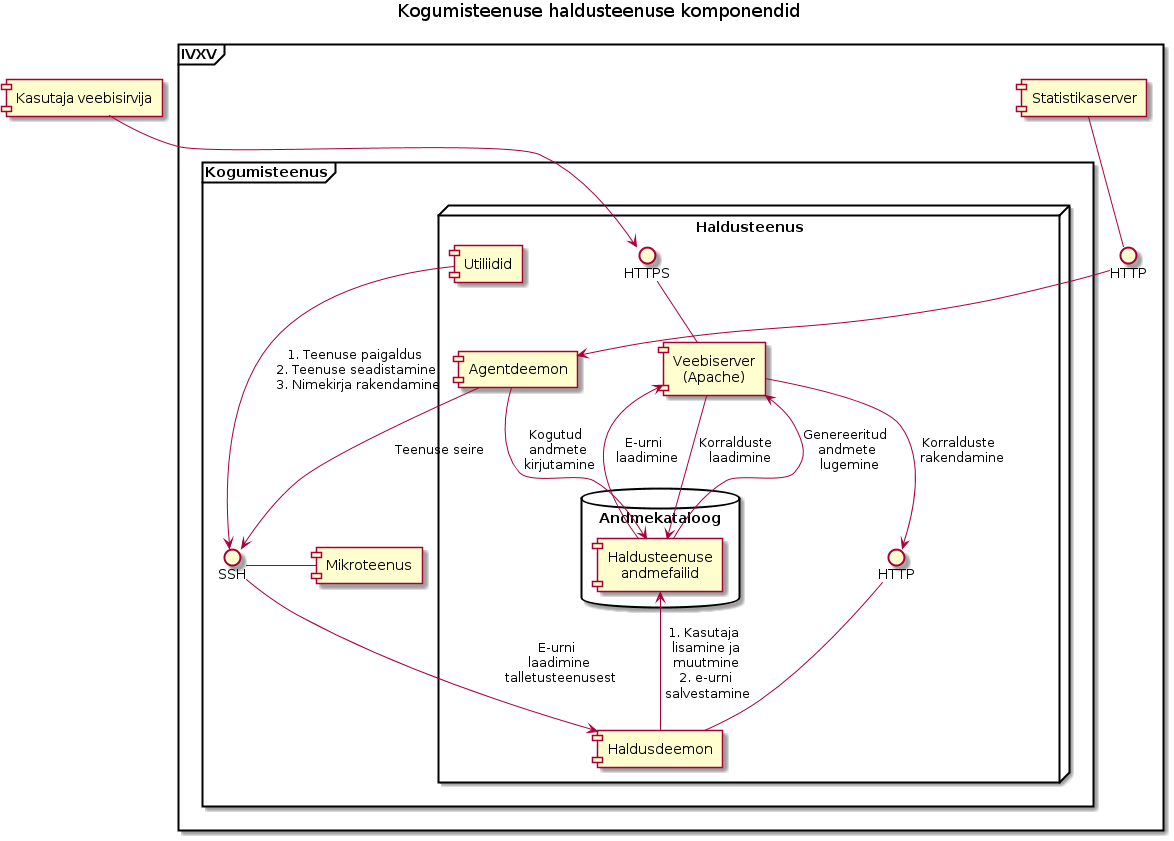
This is Documentation/et/arhitektuur/model/management-service/management-service-components.png from valimised/ivxv, a PlantUML export, as it was before one commit.
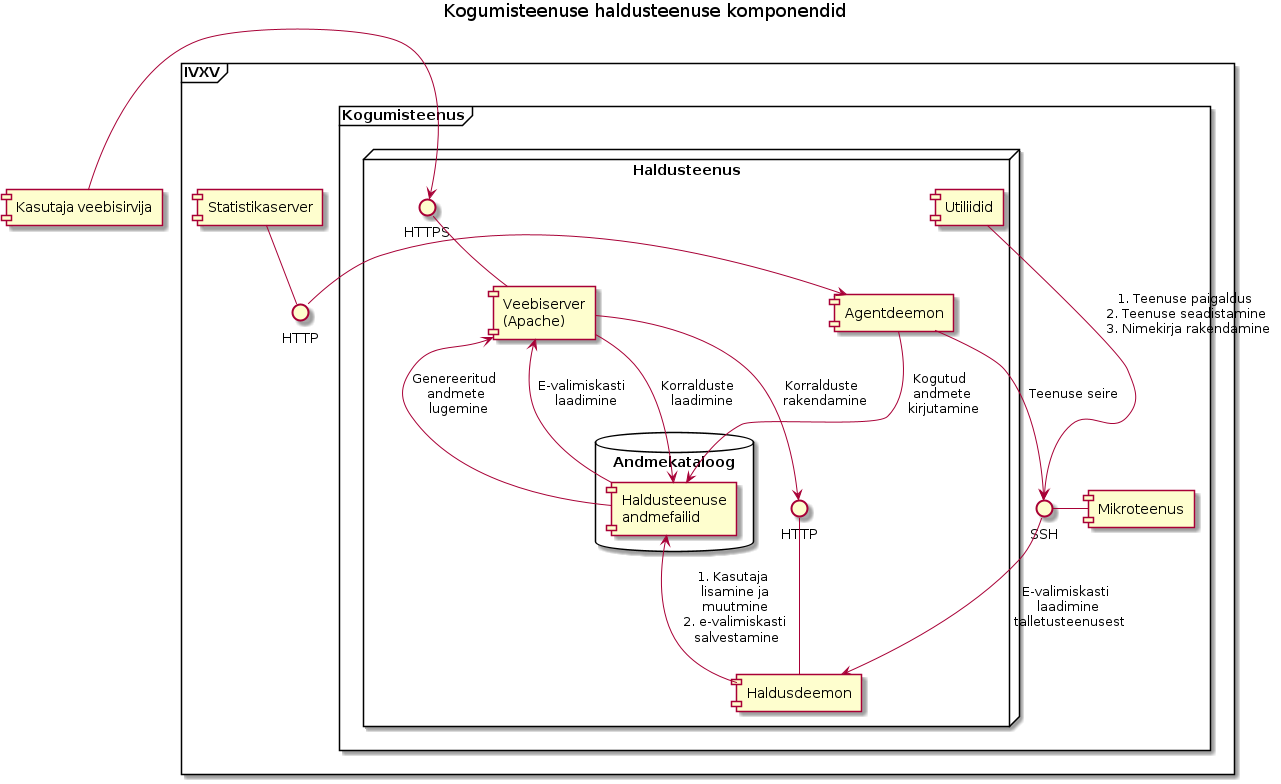
After the change.

Change to the diagram source:
```diff
@@ -39,16 +39,16 @@
 StatistikaHTTP -> [Agentdeemon]
 
 [Agentdeemon] --> [Andmefailid] : Kogutud \n andmete \n kirjutamine
-[Haldusdeemon] --> [Andmefailid] : 1. Kasutaja \n lisamine ja \n muutmine \n 2. e-urni \n salvestamine
+[Haldusdeemon] --> [Andmefailid] : 1. Kasutaja \n lisamine ja \n muutmine \n 2. e-valimiskasti \n salvestamine
 
 [Andmefailid] --> [Veebiserver] : Genereeritud \n andmete \n lugemine
 
 [Veebiserver] --> [Andmefailid] : Korralduste \n laadimine
 [Veebiserver] --> HaldusdeemonHTTP : Korralduste \n rakendamine
 
-[Andmefailid] --> [Veebiserver] : E-urni \n laadimine
+[Andmefailid] --> [Veebiserver] : E-valimiskasti \n laadimine
 
-TeenusSSH --> [Haldusdeemon] : E-urni \n laadimine \n talletusteenusest
+TeenusSSH --> [Haldusdeemon] : E-valimiskasti \n laadimine \n talletusteenusest
 [Utiliidid] --> TeenusSSH : 1. Teenuse paigaldus \n 2. Teenuse seadistamine \n 3. Nimekirja rakendamine
 [Agentdeemon] --> TeenusSSH : Teenuse seire
 
```
